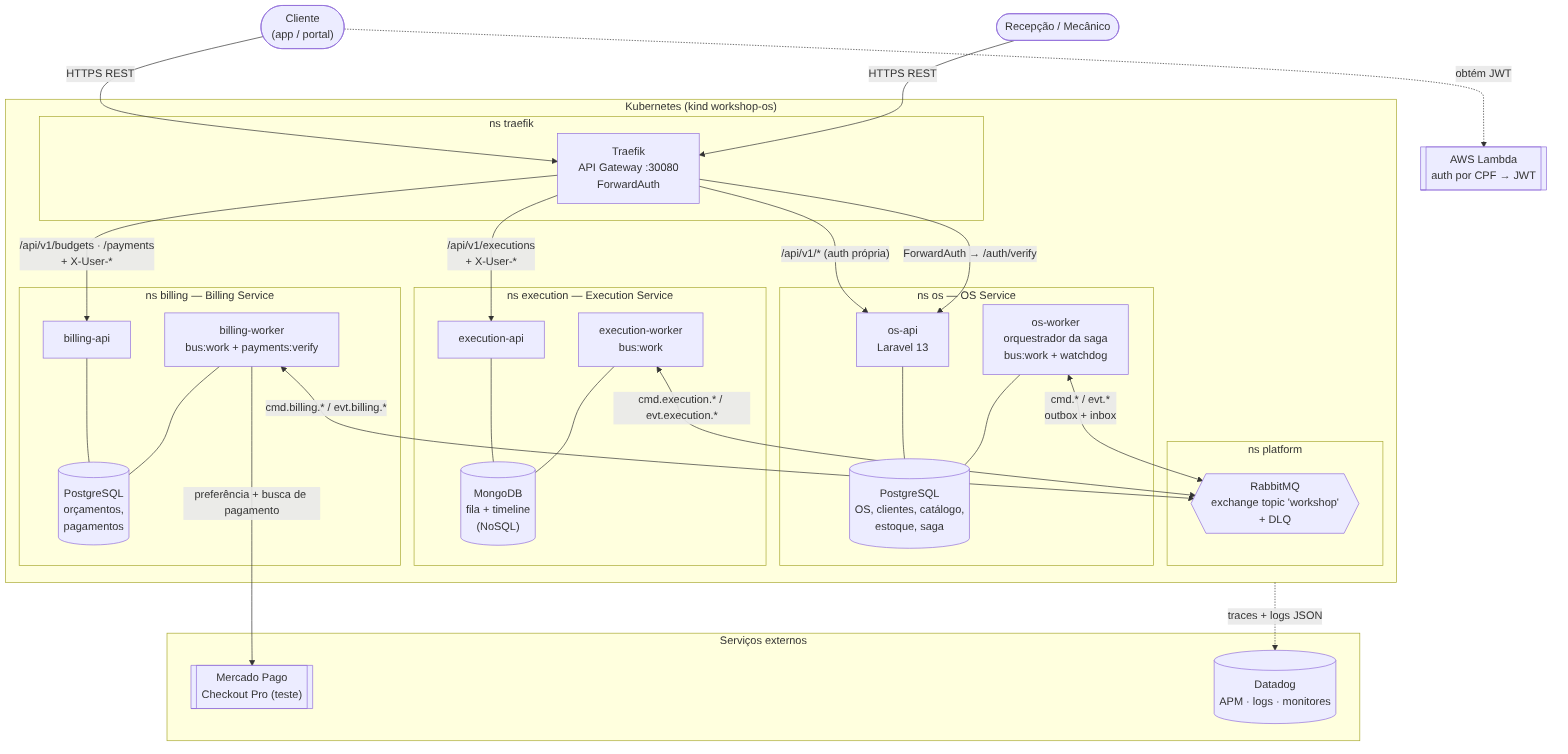
Earlier version of the Mermaid export docs/architecture/diagrams/fase4/architecture-overview.png (CandidoRPNeto/15SOAT-Fase1). Its source is kept beside it as docs/architecture/diagrams/fase4/architecture-overview.mmd.
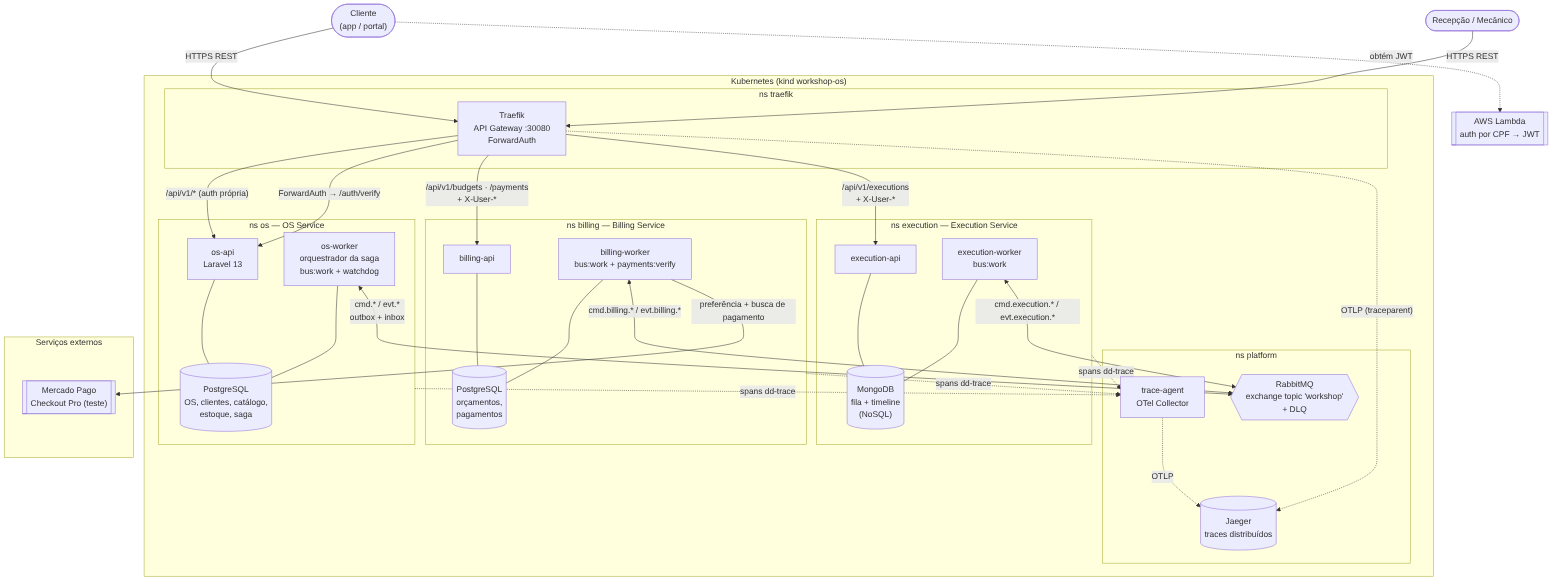
Later version of the same file.

Commit message:
docs: ADR-016 local APM with Jaeger; diagrams and delivery notes drop Datadog

Change to the diagram source:
```diff
@@ -25,12 +25,13 @@
         end
         subgraph PNS["ns platform"]
             MQ{{"RabbitMQ<br/>exchange topic 'workshop'<br/>+ DLQ"}}
+            OTEL["trace-agent<br/>OTel Collector"]
+            JG[("Jaeger<br/>traces distribuídos")]
         end
     end
     subgraph EXT["Serviços externos"]
         direction LR
         MP[["Mercado Pago<br/>Checkout Pro (teste)"]]
-        DD[("Datadog<br/>APM · logs · monitores")]
     end
 
     Client & Staff -->|HTTPS REST| Traefik
@@ -49,4 +50,6 @@
     BW <-->|"cmd.billing.* / evt.billing.*"| MQ
     EW <-->|"cmd.execution.* / evt.execution.*"| MQ
     BW -->|"preferência + busca de pagamento"| MP
-    K8S -.->|traces + logs JSON| DD
+    OSNS & BNS & ENS -.->|"spans dd-trace"| OTEL
+    OTEL -.->|OTLP| JG
+    Traefik -.->|"OTLP (traceparent)"| JG
```
